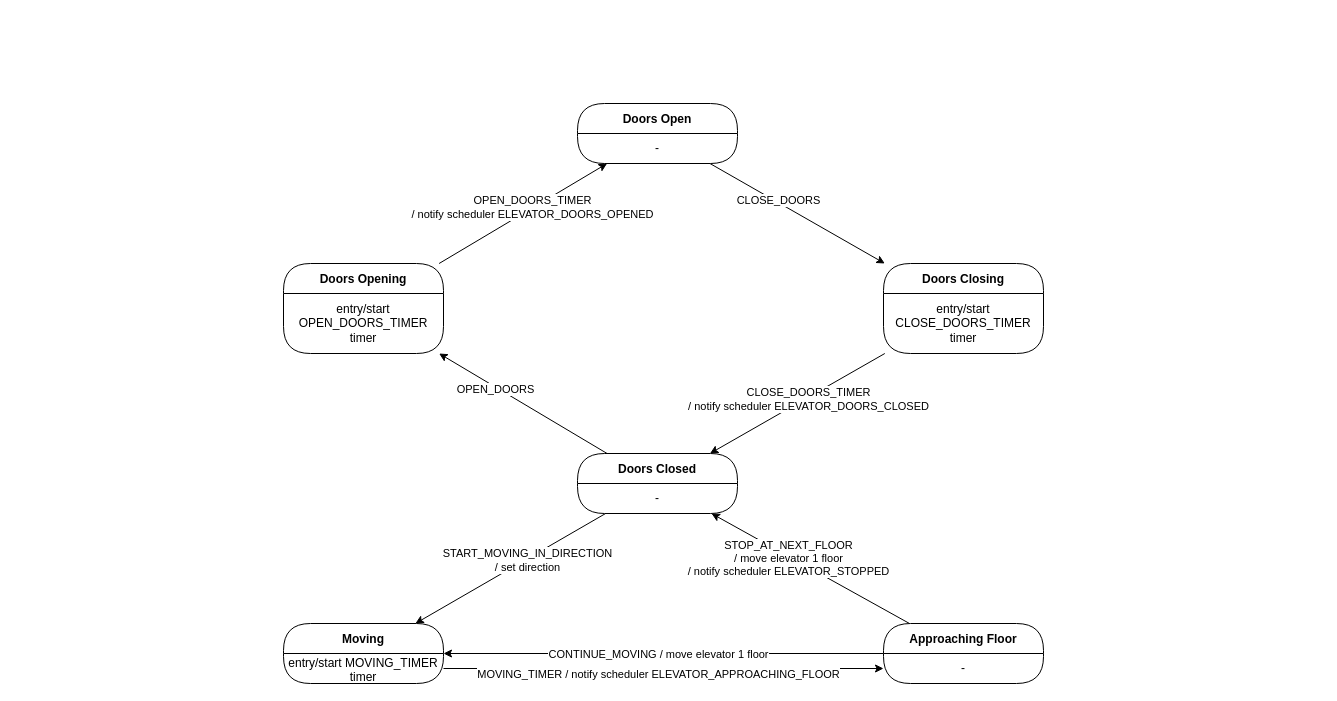
The draw.io diagram page "Elevator" (1 of 3) of UML_Diagrams/UML_State_Diagram.drawio in robsim378/sysc_3303_project, before the edit. Source tidied: cells renumbered, new cells numbered last; positions are measured from the earlier drawing's top-left corner, leaving out a move shared by most shapes. Both pictures are drawn from the tidied source at 100%, with x=0, y=0 at pixel (283, 103).
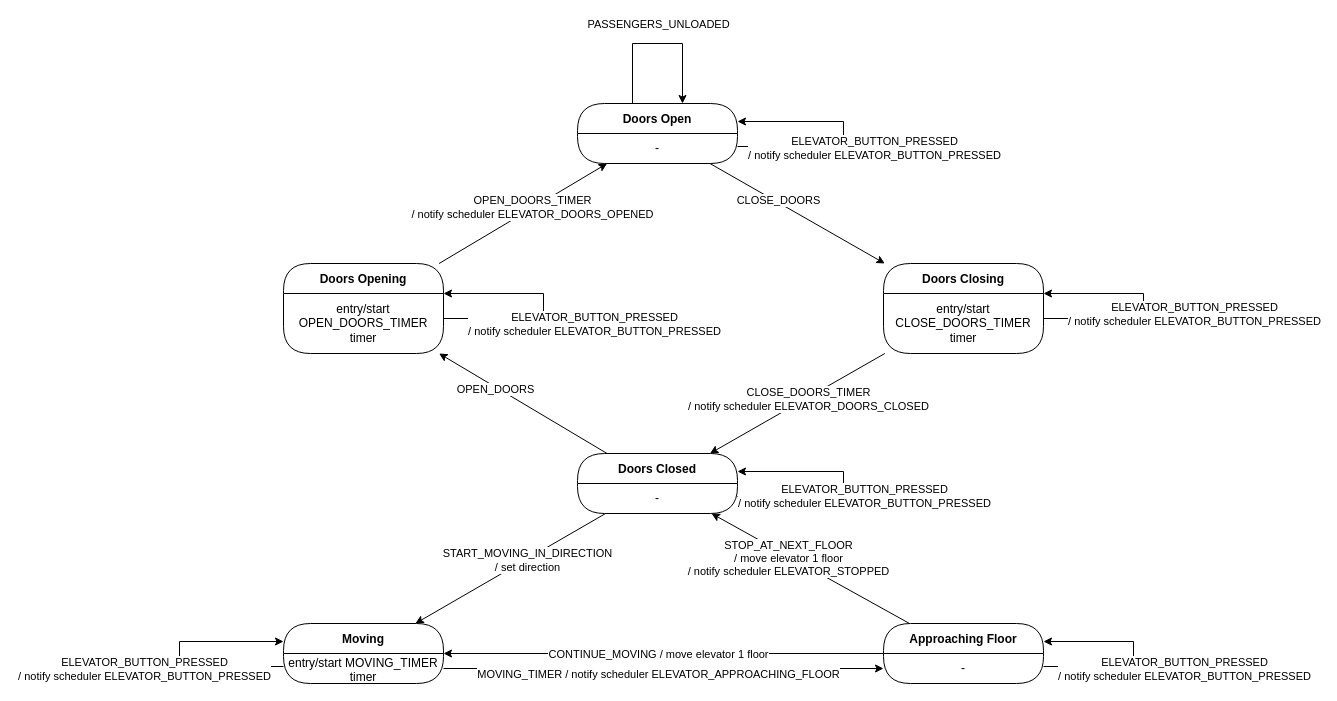
Above is the later version.

The change refers to these unchanged cells:
```xml
<mxCell id="4" value="Doors Open" style="swimlane;fontStyle=1;align=center;verticalAlign=middle;horizontal=1;startSize=30;fontColor=#000000;rounded=1;arcSize=30;strokeColor=#000000;fillColor=#FFFFFF;swimlaneFillColor=#FFFFFF;" parent="1" vertex="1">
  <mxGeometry x="294" width="160" height="60" as="geometry" />
</mxCell>
<mxCell id="8" value="Doors Opening" style="swimlane;fontStyle=1;align=center;verticalAlign=middle;horizontal=1;startSize=30;fontColor=#000000;rounded=1;arcSize=30;strokeColor=#000000;fillColor=#FFFFFF;swimlaneFillColor=#FFFFFF;" parent="1" vertex="1">
  <mxGeometry y="160" width="160" height="90" as="geometry" />
</mxCell>
<mxCell id="12" value="Doors Closing" style="swimlane;fontStyle=1;align=center;verticalAlign=middle;horizontal=1;startSize=30;fontColor=#000000;rounded=1;arcSize=30;strokeColor=#000000;fillColor=#FFFFFF;swimlaneFillColor=#FFFFFF;" parent="1" vertex="1">
  <mxGeometry x="600" y="160" width="160" height="90" as="geometry" />
</mxCell>
<mxCell id="18" value="Doors Closed" style="swimlane;fontStyle=1;align=center;verticalAlign=middle;horizontal=1;startSize=30;fontColor=#000000;rounded=1;arcSize=30;strokeColor=#000000;fillColor=#FFFFFF;swimlaneFillColor=#FFFFFF;" parent="1" vertex="1">
  <mxGeometry x="294" y="350" width="160" height="60" as="geometry" />
</mxCell>
<mxCell id="19" value="-" style="text;html=1;strokeColor=none;fillColor=none;align=center;verticalAlign=middle;spacingLeft=4;spacingRight=4;whiteSpace=wrap;overflow=hidden;fontColor=#000000;" parent="18" vertex="1">
  <mxGeometry y="30" width="160" height="30" as="geometry" />
</mxCell>
<mxCell id="22" value="Moving" style="swimlane;fontStyle=1;align=center;verticalAlign=middle;horizontal=1;startSize=30;fontColor=#000000;rounded=1;arcSize=30;strokeColor=#000000;fillColor=#FFFFFF;swimlaneFillColor=#FFFFFF;" parent="1" vertex="1">
  <mxGeometry y="520" width="160" height="60" as="geometry" />
</mxCell>
<mxCell id="28" value="Approaching Floor" style="swimlane;fontStyle=1;align=center;verticalAlign=middle;horizontal=1;startSize=30;fontColor=#000000;rounded=1;arcSize=30;strokeColor=#000000;fillColor=#FFFFFF;swimlaneFillColor=#FFFFFF;" parent="1" vertex="1">
  <mxGeometry x="600" y="520" width="160" height="60" as="geometry" />
</mxCell>
```

What changed in the source:
```diff
@@
+    <mxCell id="30" style="edgeStyle=orthogonalEdgeStyle;rounded=0;jettySize=auto;html=1;" parent="18" edge="1" source="19" target="18">
+      <mxGeometry relative="1" as="geometry">
+        <Array as="points">
+          <mxPoint x="266" y="43" />
+          <mxPoint x="266" y="18" />
+        </Array>
+      </mxGeometry>
+    </mxCell>
+    <mxCell id="31" value="ELEVATOR_BUTTON_PRESSED&lt;br style=&quot;border-color: var(--border-color);&quot;&gt;/ notify scheduler ELEVATOR_BUTTON_PRESSED" style="edgeLabel;html=1;align=center;verticalAlign=middle;" parent="30" vertex="1">
+      <mxGeometry relative="1" as="geometry">
+        <mxPoint x="20" y="12" as="offset" />
+      </mxGeometry>
+    </mxCell>
@@
+    <mxCell id="32" style="edgeStyle=orthogonalEdgeStyle;rounded=0;orthogonalLoop=1;jettySize=auto;html=1;" parent="1" edge="1" source="4" target="4">
+      <mxGeometry relative="1" as="geometry">
+        <Array as="points">
+          <mxPoint x="349" y="-60" />
+          <mxPoint x="399" y="-60" />
+        </Array>
+      </mxGeometry>
+    </mxCell>
+    <mxCell id="33" value="PASSENGERS_UNLOADED" style="edgeLabel;html=1;align=center;verticalAlign=middle;" parent="32" vertex="1">
+      <mxGeometry x="0.26" relative="1" as="geometry">
+        <mxPoint x="-22" y="-20" as="offset" />
+      </mxGeometry>
+    </mxCell>
+    <mxCell id="34" style="edgeStyle=orthogonalEdgeStyle;rounded=0;orthogonalLoop=1;jettySize=auto;html=1;" parent="1" edge="1" source="12" target="12">
+      <mxGeometry relative="1" as="geometry">
+        <Array as="points">
+          <mxPoint x="860" y="215" />
+          <mxPoint x="860" y="190" />
+        </Array>
+      </mxGeometry>
+    </mxCell>
+    <mxCell id="35" value="ELEVATOR_BUTTON_PRESSED&lt;br style=&quot;border-color: var(--border-color);&quot;&gt;/ notify scheduler ELEVATOR_BUTTON_PRESSED" style="edgeLabel;html=1;align=center;verticalAlign=middle;" parent="34" vertex="1">
+      <mxGeometry relative="1" as="geometry">
+        <mxPoint x="50" y="8" as="offset" />
+      </mxGeometry>
+    </mxCell>
+    <mxCell id="36" style="edgeStyle=orthogonalEdgeStyle;rounded=0;orthogonalLoop=1;jettySize=auto;html=1;" parent="1" edge="1" source="4" target="4">
+      <mxGeometry relative="1" as="geometry">
+        <Array as="points">
+          <mxPoint x="560" y="43" />
+          <mxPoint x="560" y="18" />
+        </Array>
+      </mxGeometry>
+    </mxCell>
+    <mxCell id="37" value="ELEVATOR_BUTTON_PRESSED&lt;br style=&quot;border-color: var(--border-color);&quot;&gt;/ notify scheduler ELEVATOR_BUTTON_PRESSED" style="edgeLabel;html=1;align=center;verticalAlign=middle;" parent="36" vertex="1">
+      <mxGeometry relative="1" as="geometry">
+        <mxPoint x="30" y="14" as="offset" />
+      </mxGeometry>
+    </mxCell>
+    <mxCell id="38" style="edgeStyle=orthogonalEdgeStyle;rounded=0;orthogonalLoop=1;jettySize=auto;html=1;" parent="1" edge="1" source="8" target="8">
+      <mxGeometry relative="1" as="geometry">
+        <Array as="points">
+          <mxPoint x="260" y="215" />
+          <mxPoint x="260" y="190" />
+        </Array>
+      </mxGeometry>
+    </mxCell>
+    <mxCell id="39" value="ELEVATOR_BUTTON_PRESSED&lt;br style=&quot;border-color: var(--border-color);&quot;&gt;/ notify scheduler ELEVATOR_BUTTON_PRESSED" style="edgeLabel;html=1;align=center;verticalAlign=middle;" parent="38" vertex="1">
+      <mxGeometry relative="1" as="geometry">
+        <mxPoint x="50" y="18" as="offset" />
+      </mxGeometry>
+    </mxCell>
+    <mxCell id="40" style="edgeStyle=orthogonalEdgeStyle;rounded=0;orthogonalLoop=1;jettySize=auto;html=1;" parent="1" edge="1" source="28" target="28">
+      <mxGeometry relative="1" as="geometry">
+        <Array as="points">
+          <mxPoint x="850" y="563" />
+          <mxPoint x="850" y="538" />
+        </Array>
+      </mxGeometry>
+    </mxCell>
+    <mxCell id="41" value="ELEVATOR_BUTTON_PRESSED&lt;br style=&quot;border-color: var(--border-color);&quot;&gt;/ notify scheduler ELEVATOR_BUTTON_PRESSED" style="edgeLabel;html=1;align=center;verticalAlign=middle;" parent="40" vertex="1">
+      <mxGeometry relative="1" as="geometry">
+        <mxPoint x="50" y="15" as="offset" />
+      </mxGeometry>
+    </mxCell>
+    <mxCell id="42" style="edgeStyle=orthogonalEdgeStyle;rounded=0;orthogonalLoop=1;jettySize=auto;html=1;" parent="1" edge="1" source="22" target="22">
+      <mxGeometry relative="1" as="geometry">
+        <Array as="points">
+          <mxPoint x="-104" y="563" />
+          <mxPoint x="-104" y="538" />
+        </Array>
+      </mxGeometry>
+    </mxCell>
+    <mxCell id="43" value="ELEVATOR_BUTTON_PRESSED&lt;br style=&quot;border-color: var(--border-color);&quot;&gt;/ notify scheduler ELEVATOR_BUTTON_PRESSED" style="edgeLabel;html=1;align=center;verticalAlign=middle;" parent="42" vertex="1">
+      <mxGeometry relative="1" as="geometry">
+        <mxPoint x="-36" y="15" as="offset" />
+      </mxGeometry>
+    </mxCell>
```
